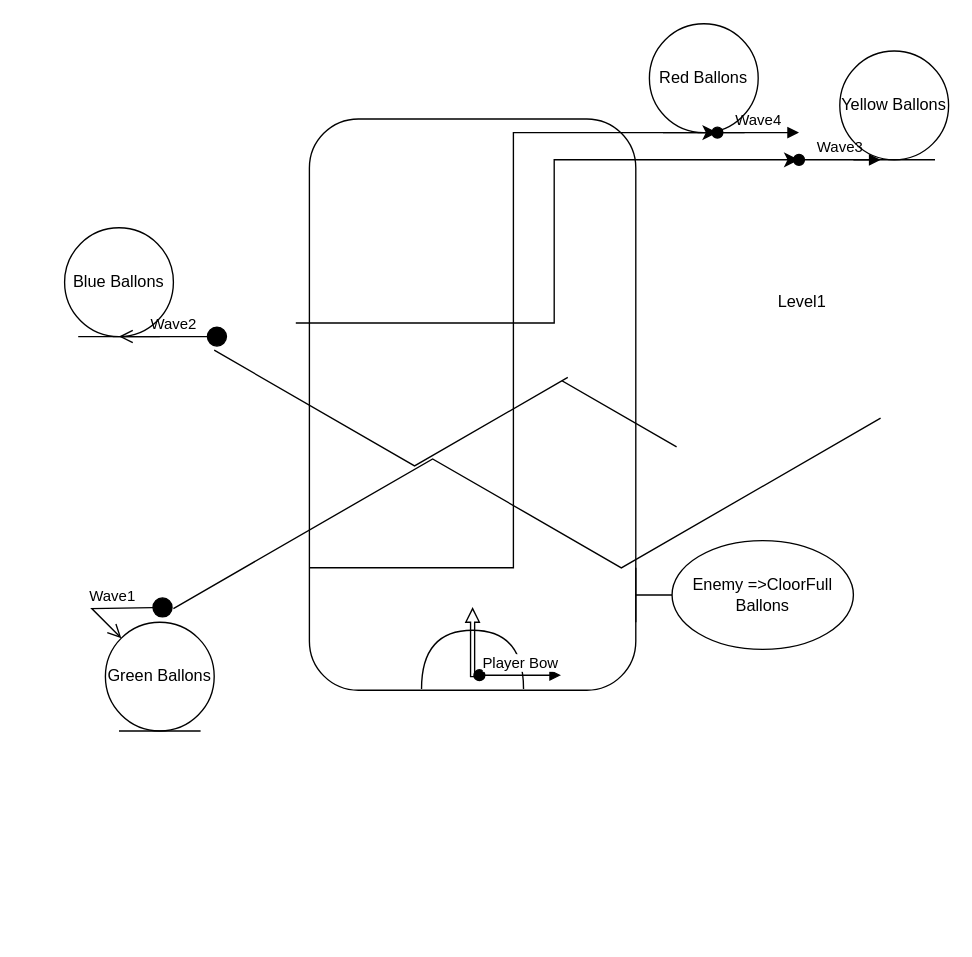
Earlier version of the draw.io diagram Başlıksız Diyagram.drawio (alkaya46/graphql). Source tidied: cells renumbered, new cells numbered last; positions are measured from the earlier drawing's top-left corner, leaving out a move shared by most shapes. Both pictures are drawn from the tidied source at 136%, with x=0, y=0 at pixel (64, 23).
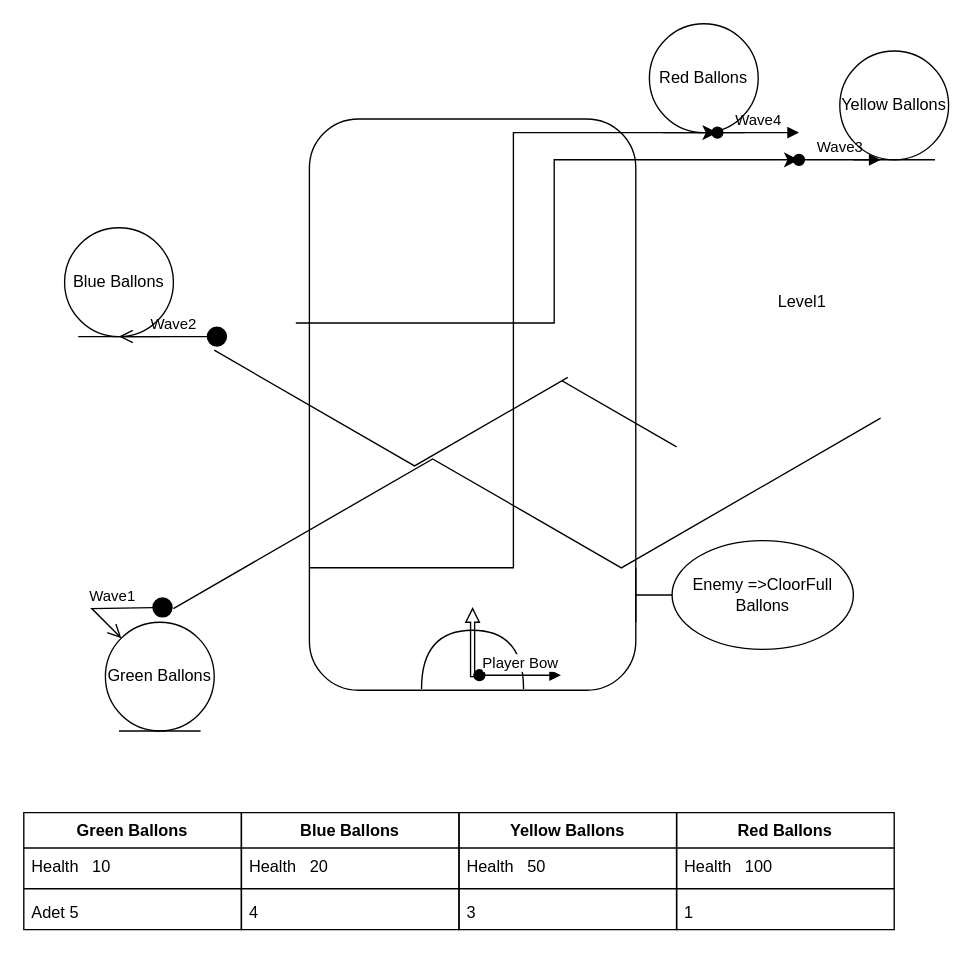
The same page after the edit.

What changed in the source:
```diff
@@
+    <mxCell id="20" value="Green Ballons" style="swimlane;fontStyle=1;align=center;verticalAlign=top;horizontal=1;startSize=26;strokeColor=default;fillColor=none;" parent="1" vertex="1">
+      <mxGeometry x="-30" y="580" width="160" height="86" as="geometry" />
+    </mxCell>
+    <mxCell id="21" value="Health   10" style="text;strokeColor=none;fillColor=none;align=left;verticalAlign=top;spacingLeft=4;spacingRight=4;overflow=hidden;" parent="20" vertex="1">
+      <mxGeometry y="26" width="160" height="26" as="geometry" />
+    </mxCell>
+    <mxCell id="22" style="line;strokeWidth=1;fillColor=none;align=left;verticalAlign=middle;spacingTop=-1;spacingLeft=3;spacingRight=3;labelPosition=right;strokeColor=inherit;" parent="20" vertex="1">
+      <mxGeometry y="52" width="160" height="8" as="geometry" />
+    </mxCell>
+    <mxCell id="23" value="Adet 5    " style="text;strokeColor=none;fillColor=none;align=left;verticalAlign=top;spacingLeft=4;spacingRight=4;overflow=hidden;" parent="20" vertex="1">
+      <mxGeometry y="60" width="160" height="26" as="geometry" />
+    </mxCell>
+    <mxCell id="24" value="Yellow Ballons" style="swimlane;fontStyle=1;align=center;verticalAlign=top;horizontal=1;startSize=26;strokeColor=default;fillColor=none;" parent="1" vertex="1">
+      <mxGeometry x="290" y="580" width="160" height="86" as="geometry" />
+    </mxCell>
+    <mxCell id="25" value="Health   50" style="text;strokeColor=none;fillColor=none;align=left;verticalAlign=top;spacingLeft=4;spacingRight=4;overflow=hidden;" parent="24" vertex="1">
+      <mxGeometry y="26" width="160" height="26" as="geometry" />
+    </mxCell>
+    <mxCell id="26" style="line;strokeWidth=1;fillColor=none;align=left;verticalAlign=middle;spacingTop=-1;spacingLeft=3;spacingRight=3;labelPosition=right;strokeColor=inherit;" parent="24" vertex="1">
+      <mxGeometry y="52" width="160" height="8" as="geometry" />
+    </mxCell>
+    <mxCell id="27" value="3    " style="text;strokeColor=none;fillColor=none;align=left;verticalAlign=top;spacingLeft=4;spacingRight=4;overflow=hidden;" parent="24" vertex="1">
+      <mxGeometry y="60" width="160" height="26" as="geometry" />
+    </mxCell>
+    <mxCell id="28" value="Red Ballons" style="swimlane;fontStyle=1;align=center;verticalAlign=top;horizontal=1;startSize=26;strokeColor=default;fillColor=none;" parent="1" vertex="1">
+      <mxGeometry x="450" y="580" width="160" height="86" as="geometry" />
+    </mxCell>
+    <mxCell id="29" value="Health   100" style="text;strokeColor=none;fillColor=none;align=left;verticalAlign=top;spacingLeft=4;spacingRight=4;overflow=hidden;" parent="28" vertex="1">
+      <mxGeometry y="26" width="160" height="26" as="geometry" />
+    </mxCell>
+    <mxCell id="30" style="line;strokeWidth=1;fillColor=none;align=left;verticalAlign=middle;spacingTop=-1;spacingLeft=3;spacingRight=3;labelPosition=right;strokeColor=inherit;" parent="28" vertex="1">
+      <mxGeometry y="52" width="160" height="8" as="geometry" />
+    </mxCell>
+    <mxCell id="31" value="1" style="text;strokeColor=none;fillColor=none;align=left;verticalAlign=top;spacingLeft=4;spacingRight=4;overflow=hidden;" parent="28" vertex="1">
+      <mxGeometry y="60" width="160" height="26" as="geometry" />
+    </mxCell>
+    <mxCell id="32" value="Blue Ballons" style="swimlane;fontStyle=1;align=center;verticalAlign=top;horizontal=1;startSize=26;strokeColor=default;fillColor=none;" parent="1" vertex="1">
+      <mxGeometry x="130" y="580" width="160" height="86" as="geometry" />
+    </mxCell>
+    <mxCell id="33" value="Health   20" style="text;strokeColor=none;fillColor=none;align=left;verticalAlign=top;spacingLeft=4;spacingRight=4;overflow=hidden;" parent="32" vertex="1">
+      <mxGeometry y="26" width="160" height="26" as="geometry" />
+    </mxCell>
+    <mxCell id="34" style="line;strokeWidth=1;fillColor=none;align=left;verticalAlign=middle;spacingTop=-1;spacingLeft=3;spacingRight=3;labelPosition=right;strokeColor=inherit;" parent="32" vertex="1">
+      <mxGeometry y="52" width="160" height="8" as="geometry" />
+    </mxCell>
+    <mxCell id="35" value="4    " style="text;strokeColor=none;fillColor=none;align=left;verticalAlign=top;spacingLeft=4;spacingRight=4;overflow=hidden;" parent="32" vertex="1">
+      <mxGeometry y="60" width="160" height="26" as="geometry" />
+    </mxCell>
```
